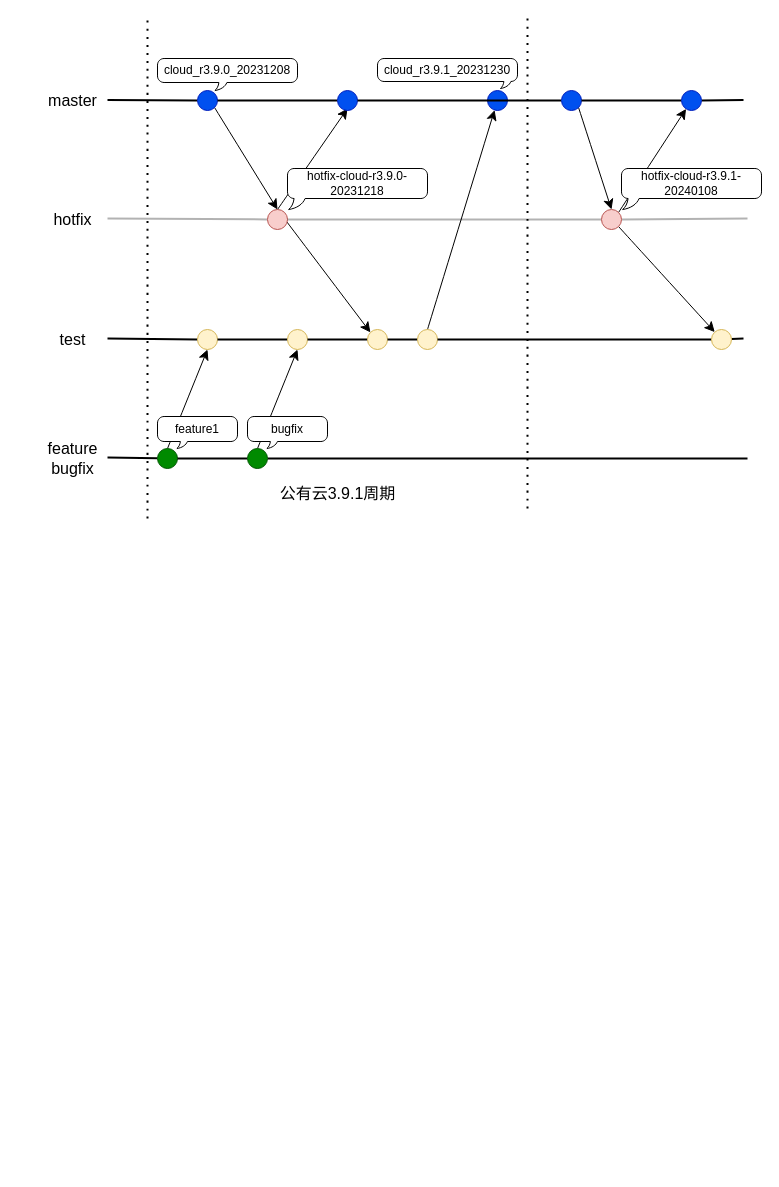
paochiang/draw keeps this draw.io diagram as 规范/公有云和智算中心分支流程.drawio. Above is the earlier version. Source tidied: cells renumbered, new cells numbered last; positions are measured from the earlier drawing's top-left corner, leaving out a move shared by most shapes. Both pictures are drawn from the tidied source at 100%, with x=0, y=0 at pixel (37, 18).
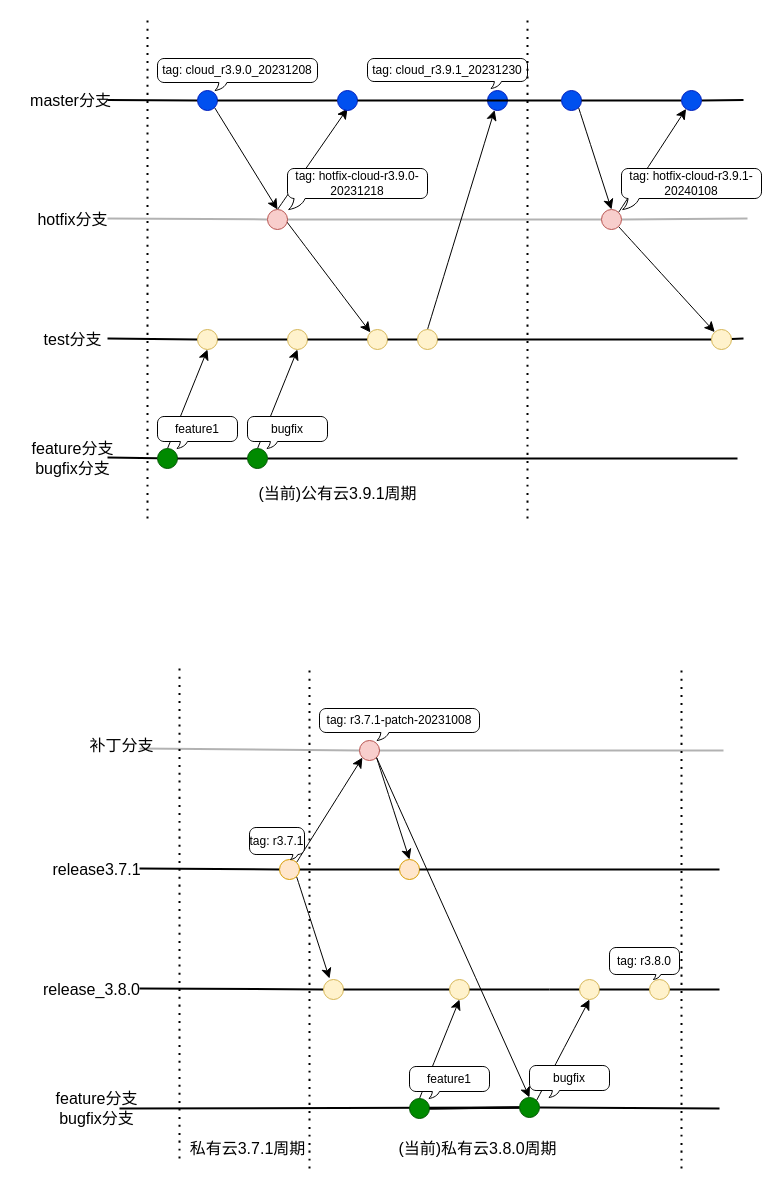
Above is the later version.

Commit message (it also covers changes not shown here):
Update 规范/公有云和智算中心分支流程.drawio

The change refers to these unchanged cells:
```xml
<mxCell id="27" style="ellipse;whiteSpace=wrap;html=1;fillColor=#008a00;strokeColor=#005700;fontColor=#ffffff;" parent="1" vertex="1">
  <mxGeometry x="210" y="430" width="20" height="20" as="geometry" />
</mxCell>
```

Diff of the diagram source:
```diff
@@
-    <mxCell id="3" value="hotfix" style="text;html=1;align=center;verticalAlign=middle;strokeColor=none;fillColor=none;fontSize=16;" parent="1" vertex="1">
-      <mxGeometry x="5" y="186" width="60" height="30" as="geometry" />
+    <mxCell id="3" value="hotfix分支" style="text;html=1;align=center;verticalAlign=middle;strokeColor=none;fillColor=none;fontSize=16;" parent="1" vertex="1">
+      <mxGeometry x="-10" y="186" width="90" height="30" as="geometry" />
     </mxCell>
@@
-    <mxCell id="5" value="test" style="text;html=1;align=center;verticalAlign=middle;strokeColor=none;fillColor=none;fontSize=16;" parent="1" vertex="1">
-      <mxGeometry x="10" y="306" width="50" height="30" as="geometry" />
+    <mxCell id="5" value="test分支" style="text;html=1;align=center;verticalAlign=middle;strokeColor=none;fillColor=none;fontSize=16;" parent="1" vertex="1">
+      <mxGeometry x="-5" y="306" width="80" height="30" as="geometry" />
     </mxCell>
     <mxCell id="6" style="endArrow=none;html=1;rounded=0;fontSize=12;startSize=8;endSize=8;curved=1;strokeWidth=2;" parent="1" edge="1" source="27">
       <mxGeometry relative="1" as="geometry">
-        <mxPoint x="710" y="440" as="targetPoint" />
+        <mxPoint x="700" y="440" as="targetPoint" />
       </mxGeometry>
     </mxCell>
-    <mxCell id="7" value="feature&lt;br&gt;bugfix" style="text;html=1;align=center;verticalAlign=middle;strokeColor=none;fillColor=none;fontSize=16;" parent="1" vertex="1">
-      <mxGeometry y="415" width="70" height="50" as="geometry" />
+    <mxCell id="7" value="feature分支&lt;br&gt;bugfix分支" style="text;html=1;align=center;verticalAlign=middle;strokeColor=none;fillColor=none;fontSize=16;" parent="1" vertex="1">
+      <mxGeometry x="-20" y="415" width="110" height="50" as="geometry" />
     </mxCell>
@@
-    <mxCell id="11" value="master" style="text;html=1;align=center;verticalAlign=middle;strokeColor=none;fillColor=none;fontSize=16;" parent="1" vertex="1">
-      <mxGeometry y="67" width="70" height="30" as="geometry" />
+    <mxCell id="11" value="master分支" style="text;html=1;align=center;verticalAlign=middle;strokeColor=none;fillColor=none;fontSize=16;" parent="1" vertex="1">
+      <mxGeometry x="-17" y="67" width="100" height="30" as="geometry" />
     </mxCell>
@@
-    <mxCell id="47" value="cloud_r3.9.0_20231208" style="whiteSpace=wrap;html=1;shape=mxgraph.basic.roundRectCallout;dx=65.4;dy=8;size=6.6;boundedLbl=1;" parent="1" vertex="1">
-      <mxGeometry x="120" y="40" width="140" height="32" as="geometry" />
+    <mxCell id="47" value="tag: cloud_r3.9.0_20231208" style="whiteSpace=wrap;html=1;shape=mxgraph.basic.roundRectCallout;dx=65.4;dy=8;size=6.6;boundedLbl=1;" parent="1" vertex="1">
+      <mxGeometry x="120" y="40" width="160" height="32" as="geometry" />
     </mxCell>
-    <mxCell id="48" value="hotfix-cloud-r3.9.0-20231218" style="whiteSpace=wrap;html=1;shape=mxgraph.basic.roundRectCallout;dx=8.4;dy=11;size=6.6;boundedLbl=1;" parent="1" vertex="1">
+    <mxCell id="48" value="tag: hotfix-cloud-r3.9.0-20231218" style="whiteSpace=wrap;html=1;shape=mxgraph.basic.roundRectCallout;dx=8.4;dy=11;size=6.6;boundedLbl=1;" parent="1" vertex="1">
       <mxGeometry x="250" y="150" width="140" height="41" as="geometry" />
     </mxCell>
@@
-    <mxCell id="50" value="cloud_r3.9.1_20231230" style="whiteSpace=wrap;html=1;shape=mxgraph.basic.roundRectCallout;dx=130.4;dy=7;size=6.6;boundedLbl=1;" parent="1" vertex="1">
-      <mxGeometry x="340" y="40" width="140" height="30" as="geometry" />
+    <mxCell id="50" value="tag: cloud_r3.9.1_20231230" style="whiteSpace=wrap;html=1;shape=mxgraph.basic.roundRectCallout;dx=130.4;dy=7;size=6.6;boundedLbl=1;" parent="1" vertex="1">
+      <mxGeometry x="330" y="40" width="160" height="30" as="geometry" />
     </mxCell>
     <mxCell id="51" style="endArrow=none;dashed=1;html=1;dashPattern=1 3;strokeWidth=2;rounded=0;fontSize=12;startSize=8;endSize=8;curved=1;" parent="1" edge="1">
       <mxGeometry relative="1" as="geometry">
-        <mxPoint x="490" y="490" as="sourcePoint" />
+        <mxPoint x="490" y="500" as="sourcePoint" />
         <mxPoint x="490" as="targetPoint" />
       </mxGeometry>
     </mxCell>
@@
-    <mxCell id="53" value="hotfix-cloud-r3.9.1-20240108" style="whiteSpace=wrap;html=1;shape=mxgraph.basic.roundRectCallout;dx=8.4;dy=11;size=6.6;boundedLbl=1;" parent="1" vertex="1">
+    <mxCell id="53" value="tag: hotfix-cloud-r3.9.1-20240108" style="whiteSpace=wrap;html=1;shape=mxgraph.basic.roundRectCallout;dx=8.4;dy=11;size=6.6;boundedLbl=1;" parent="1" vertex="1">
       <mxGeometry x="584" y="150" width="140" height="41" as="geometry" />
     </mxCell>
-    <mxCell id="54" value="公有云3.9.1周期" style="text;html=1;align=center;verticalAlign=middle;strokeColor=none;fillColor=none;fontSize=16;" parent="1" vertex="1">
-      <mxGeometry x="230" y="460" width="140" height="30" as="geometry" />
+    <mxCell id="54" value="(当前)公有云3.9.1周期" style="text;html=1;align=center;verticalAlign=middle;strokeColor=none;fillColor=none;fontSize=16;" parent="1" vertex="1">
+      <mxGeometry x="210" y="460" width="180" height="30" as="geometry" />
     </mxCell>
+    <mxCell id="55" value="release3.7.1" style="text;html=1;align=center;verticalAlign=middle;strokeColor=none;fillColor=none;fontSize=16;" parent="1" vertex="1">
+      <mxGeometry x="4" y="836" width="110" height="30" as="geometry" />
+    </mxCell>
+    <mxCell id="56" value="release_3.8.0" style="text;html=1;align=center;verticalAlign=middle;strokeColor=none;fillColor=none;fontSize=16;" parent="1" vertex="1">
+      <mxGeometry x="-6" y="956" width="120" height="30" as="geometry" />
+    </mxCell>
+    <mxCell id="57" style="endArrow=none;html=1;rounded=0;fontSize=12;startSize=8;endSize=8;curved=1;strokeWidth=2;" parent="1" edge="1" source="93">
+      <mxGeometry relative="1" as="geometry">
+        <mxPoint x="682" y="1090" as="targetPoint" />
+      </mxGeometry>
+    </mxCell>
+    <mxCell id="58" value="feature分支&lt;br&gt;bugfix分支" style="text;html=1;align=center;verticalAlign=middle;strokeColor=none;fillColor=none;fontSize=16;" parent="1" vertex="1">
+      <mxGeometry x="4" y="1065" width="110" height="50" as="geometry" />
+    </mxCell>
+    <mxCell id="59" style="endArrow=none;dashed=1;html=1;dashPattern=1 3;strokeWidth=2;rounded=0;fontSize=12;startSize=8;endSize=8;curved=1;" parent="1" edge="1">
+      <mxGeometry relative="1" as="geometry">
+        <mxPoint x="272" y="1150" as="sourcePoint" />
+        <mxPoint x="272" y="650" as="targetPoint" />
+      </mxGeometry>
+    </mxCell>
+    <mxCell id="60" value="补丁分支" style="text;html=1;align=center;verticalAlign=middle;strokeColor=none;fillColor=none;fontSize=16;" parent="1" vertex="1">
+      <mxGeometry x="39" y="712" width="90" height="30" as="geometry" />
+    </mxCell>
+    <mxCell id="61" style="endArrow=none;html=1;rounded=0;fontSize=12;startSize=8;endSize=8;curved=1;strokeWidth=2;" parent="1" edge="1" target="93">
+      <mxGeometry relative="1" as="geometry">
+        <mxPoint x="82" y="1090" as="sourcePoint" />
+      </mxGeometry>
+    </mxCell>
+    <mxCell id="62" style="endArrow=none;html=1;rounded=0;fontSize=12;startSize=8;endSize=8;curved=1;strokeWidth=2;" parent="1" edge="1" source="89" target="63">
+      <mxGeometry relative="1" as="geometry" />
+    </mxCell>
+    <mxCell id="63" style="ellipse;whiteSpace=wrap;html=1;fillColor=#ffe6cc;strokeColor=#d79b00;" parent="1" vertex="1">
+      <mxGeometry x="362" y="841" width="20" height="20" as="geometry" />
+    </mxCell>
+    <mxCell id="64" style="endArrow=none;html=1;rounded=0;fontSize=12;startSize=8;endSize=8;curved=1;strokeWidth=2;opacity=30;" parent="1" edge="1" target="66">
+      <mxGeometry relative="1" as="geometry">
+        <mxPoint x="102" y="730" as="sourcePoint" />
+      </mxGeometry>
+    </mxCell>
+    <mxCell id="65" style="edgeStyle=none;curved=1;rounded=0;jettySize=auto;html=1;exitX=1;exitY=1;exitDx=0;exitDy=0;entryX=0.5;entryY=0;entryDx=0;entryDy=0;fontSize=12;startSize=8;endSize=8;" parent="1" edge="1" source="66" target="63">
+      <mxGeometry relative="1" as="geometry" />
+    </mxCell>
+    <mxCell id="66" style="ellipse;whiteSpace=wrap;html=1;fillColor=#f8cecc;strokeColor=#b85450;" parent="1" vertex="1">
+      <mxGeometry x="322" y="722" width="20" height="20" as="geometry" />
+    </mxCell>
+    <mxCell id="67" style="endArrow=none;html=1;rounded=0;fontSize=12;startSize=8;endSize=8;curved=1;strokeWidth=2;opacity=30;" parent="1" edge="1" source="66">
+      <mxGeometry relative="1" as="geometry">
+        <mxPoint x="482" y="732" as="targetPoint" />
+      </mxGeometry>
+    </mxCell>
+    <mxCell id="68" style="endArrow=none;html=1;rounded=0;fontSize=12;startSize=8;endSize=8;curved=1;strokeWidth=2;" parent="1" edge="1" target="69">
+      <mxGeometry relative="1" as="geometry">
+        <mxPoint x="102" y="970" as="sourcePoint" />
+      </mxGeometry>
+    </mxCell>
+    <mxCell id="69" style="ellipse;whiteSpace=wrap;html=1;fillColor=#fff2cc;strokeColor=#d6b656;" parent="1" vertex="1">
+      <mxGeometry x="286" y="961" width="20" height="20" as="geometry" />
+    </mxCell>
+    <mxCell id="70" style="endArrow=none;html=1;rounded=0;fontSize=12;startSize=8;endSize=8;curved=1;strokeWidth=2;" parent="1" edge="1" source="93" target="72">
+      <mxGeometry relative="1" as="geometry" />
+    </mxCell>
+    <mxCell id="71" style="edgeStyle=none;curved=1;rounded=0;jettySize=auto;html=1;exitX=0.5;exitY=0;exitDx=0;exitDy=0;entryX=0.5;entryY=1;entryDx=0;entryDy=0;fontSize=12;startSize=8;endSize=8;" parent="1" edge="1" source="72" target="74">
+      <mxGeometry relative="1" as="geometry" />
+    </mxCell>
+    <mxCell id="72" style="ellipse;whiteSpace=wrap;html=1;fillColor=#008a00;strokeColor=#005700;fontColor=#ffffff;" parent="1" vertex="1">
+      <mxGeometry x="372" y="1080" width="20" height="20" as="geometry" />
+    </mxCell>
+    <mxCell id="73" style="endArrow=none;html=1;rounded=0;fontSize=12;startSize=8;endSize=8;curved=1;strokeWidth=2;" parent="1" edge="1" source="69" target="74">
+      <mxGeometry relative="1" as="geometry" />
+    </mxCell>
+    <mxCell id="74" style="ellipse;whiteSpace=wrap;html=1;fillColor=#fff2cc;strokeColor=#d6b656;" parent="1" vertex="1">
+      <mxGeometry x="412" y="961" width="20" height="20" as="geometry" />
+    </mxCell>
+    <mxCell id="75" style="endArrow=none;html=1;rounded=0;fontSize=12;startSize=8;endSize=8;curved=1;strokeWidth=2;" parent="1" edge="1" source="74">
+      <mxGeometry relative="1" as="geometry">
+        <mxPoint x="512" y="971" as="targetPoint" />
+      </mxGeometry>
+    </mxCell>
+    <mxCell id="76" style="endArrow=none;html=1;rounded=0;fontSize=12;startSize=8;endSize=8;curved=1;strokeWidth=2;" parent="1" edge="1" target="77">
+      <mxGeometry relative="1" as="geometry">
+        <mxPoint x="512" y="971" as="sourcePoint" />
+      </mxGeometry>
+    </mxCell>
+    <mxCell id="77" style="ellipse;whiteSpace=wrap;html=1;fillColor=#fff2cc;strokeColor=#d6b656;" parent="1" vertex="1">
+      <mxGeometry x="542" y="961" width="20" height="20" as="geometry" />
+    </mxCell>
+    <mxCell id="78" style="endArrow=none;html=1;rounded=0;fontSize=12;startSize=8;endSize=8;curved=1;strokeWidth=2;" parent="1" edge="1" source="63">
+      <mxGeometry relative="1" as="geometry">
+        <mxPoint x="682" y="851" as="targetPoint" />
+      </mxGeometry>
+    </mxCell>
+    <mxCell id="79" style="endArrow=none;html=1;rounded=0;fontSize=12;startSize=8;endSize=8;curved=1;strokeWidth=2;opacity=30;" parent="1" edge="1">
+      <mxGeometry relative="1" as="geometry">
+        <mxPoint x="482" y="732" as="sourcePoint" />
+        <mxPoint x="686" y="732" as="targetPoint" />
+      </mxGeometry>
+    </mxCell>
+    <mxCell id="80" style="endArrow=none;html=1;rounded=0;fontSize=12;startSize=8;endSize=8;curved=1;strokeWidth=2;" parent="1" edge="1" source="97">
+      <mxGeometry relative="1" as="geometry">
+        <mxPoint x="682" y="971" as="targetPoint" />
+      </mxGeometry>
+    </mxCell>
+    <mxCell id="81" value="tag:&amp;nbsp;r3.7.1-patch-20231008" style="whiteSpace=wrap;html=1;shape=mxgraph.basic.roundRectCallout;dx=65.4;dy=8;size=6.6;boundedLbl=1;" parent="1" vertex="1">
+      <mxGeometry x="282" y="690" width="160" height="32" as="geometry" />
+    </mxCell>
+    <mxCell id="82" style="endArrow=none;dashed=1;html=1;dashPattern=1 3;strokeWidth=2;rounded=0;fontSize=12;startSize=8;endSize=8;curved=1;" parent="1" edge="1">
+      <mxGeometry relative="1" as="geometry">
+        <mxPoint x="644" y="1150" as="sourcePoint" />
+        <mxPoint x="644" y="650" as="targetPoint" />
+      </mxGeometry>
+    </mxCell>
+    <mxCell id="83" value="feature1" style="whiteSpace=wrap;html=1;shape=mxgraph.basic.roundRectCallout;dx=26.4;dy=7;size=6.6;boundedLbl=1;" parent="1" vertex="1">
+      <mxGeometry x="372" y="1048" width="80" height="32" as="geometry" />
+    </mxCell>
+    <mxCell id="84" value="私有云3.7.1周期" style="text;html=1;align=center;verticalAlign=middle;strokeColor=none;fillColor=none;fontSize=16;" parent="1" vertex="1">
+      <mxGeometry x="140" y="1115" width="140" height="30" as="geometry" />
+    </mxCell>
+    <mxCell id="85" value="(当前)私有云3.8.0周期" style="text;html=1;align=center;verticalAlign=middle;strokeColor=none;fillColor=none;fontSize=16;" parent="1" vertex="1">
+      <mxGeometry x="350" y="1115" width="180" height="30" as="geometry" />
+    </mxCell>
+    <mxCell id="86" style="endArrow=none;html=1;rounded=0;fontSize=12;startSize=8;endSize=8;curved=1;strokeWidth=2;" parent="1" edge="1" target="89">
+      <mxGeometry relative="1" as="geometry">
+        <mxPoint x="102" y="850" as="sourcePoint" />
+      </mxGeometry>
+    </mxCell>
+    <mxCell id="87" style="edgeStyle=none;curved=1;rounded=0;jettySize=auto;html=1;exitX=1;exitY=0;exitDx=0;exitDy=0;entryX=0;entryY=1;entryDx=0;entryDy=0;fontSize=12;startSize=8;endSize=8;" parent="1" edge="1" source="89" target="66">
+      <mxGeometry relative="1" as="geometry" />
+    </mxCell>
+    <mxCell id="88" style="edgeStyle=none;curved=1;rounded=0;jettySize=auto;html=1;exitX=1;exitY=1;exitDx=0;exitDy=0;fontSize=12;startSize=8;endSize=8;" parent="1" edge="1" source="89">
+      <mxGeometry relative="1" as="geometry">
+        <mxPoint x="292" y="960" as="targetPoint" />
+      </mxGeometry>
+    </mxCell>
+    <mxCell id="89" style="ellipse;whiteSpace=wrap;html=1;fillColor=#ffe6cc;strokeColor=#d79b00;" parent="1" vertex="1">
+      <mxGeometry x="242" y="841" width="20" height="20" as="geometry" />
+    </mxCell>
+    <mxCell id="90" value="tag:&amp;nbsp;r3.7.1" style="whiteSpace=wrap;html=1;shape=mxgraph.basic.roundRectCallout;dx=48.8;dy=5;size=6.6;boundedLbl=1;" parent="1" vertex="1">
+      <mxGeometry x="212" y="809" width="55" height="32" as="geometry" />
+    </mxCell>
+    <mxCell id="91" style="endArrow=none;html=1;rounded=0;fontSize=12;startSize=8;endSize=8;curved=1;strokeWidth=2;" parent="1" edge="1" source="72" target="93">
+      <mxGeometry relative="1" as="geometry" />
+    </mxCell>
+    <mxCell id="92" style="edgeStyle=none;curved=1;rounded=0;jettySize=auto;html=1;exitX=1;exitY=0;exitDx=0;exitDy=0;entryX=0.5;entryY=1;entryDx=0;entryDy=0;fontSize=12;startSize=8;endSize=8;" parent="1" edge="1" source="93" target="77">
+      <mxGeometry relative="1" as="geometry" />
+    </mxCell>
+    <mxCell id="93" style="ellipse;whiteSpace=wrap;html=1;fillColor=#008a00;strokeColor=#005700;fontColor=#ffffff;" parent="1" vertex="1">
+      <mxGeometry x="482" y="1079" width="20" height="20" as="geometry" />
+    </mxCell>
+    <mxCell id="94" style="edgeStyle=none;curved=1;rounded=0;jettySize=auto;html=1;exitX=1;exitY=1;exitDx=0;exitDy=0;fontSize=12;startSize=8;endSize=8;entryX=0.5;entryY=0;entryDx=0;entryDy=0;" parent="1" edge="1" source="66" target="93">
+      <mxGeometry relative="1" as="geometry" />
+    </mxCell>
+    <mxCell id="95" value="bugfix" style="whiteSpace=wrap;html=1;shape=mxgraph.basic.roundRectCallout;dx=26.4;dy=7;size=6.6;boundedLbl=1;" parent="1" vertex="1">
+      <mxGeometry x="492" y="1047" width="80" height="32" as="geometry" />
+    </mxCell>
+    <mxCell id="96" style="endArrow=none;html=1;rounded=0;fontSize=12;startSize=8;endSize=8;curved=1;strokeWidth=2;" parent="1" edge="1" source="77" target="97">
+      <mxGeometry relative="1" as="geometry" />
+    </mxCell>
+    <mxCell id="97" style="ellipse;whiteSpace=wrap;html=1;fillColor=#fff2cc;strokeColor=#d6b656;" parent="1" vertex="1">
+      <mxGeometry x="612" y="961" width="20" height="20" as="geometry" />
+    </mxCell>
+    <mxCell id="98" value="tag: r3.8.0" style="whiteSpace=wrap;html=1;shape=mxgraph.basic.roundRectCallout;dx=48.8;dy=5;size=6.6;boundedLbl=1;" parent="1" vertex="1">
+      <mxGeometry x="572" y="929" width="70" height="32" as="geometry" />
+    </mxCell>
+    <mxCell id="99" style="endArrow=none;dashed=1;html=1;dashPattern=1 3;strokeWidth=2;rounded=0;fontSize=12;startSize=8;endSize=8;curved=1;" parent="1" edge="1">
+      <mxGeometry relative="1" as="geometry">
+        <mxPoint x="142" y="1140" as="sourcePoint" />
+        <mxPoint x="142" y="650" as="targetPoint" />
+      </mxGeometry>
+    </mxCell>
```
